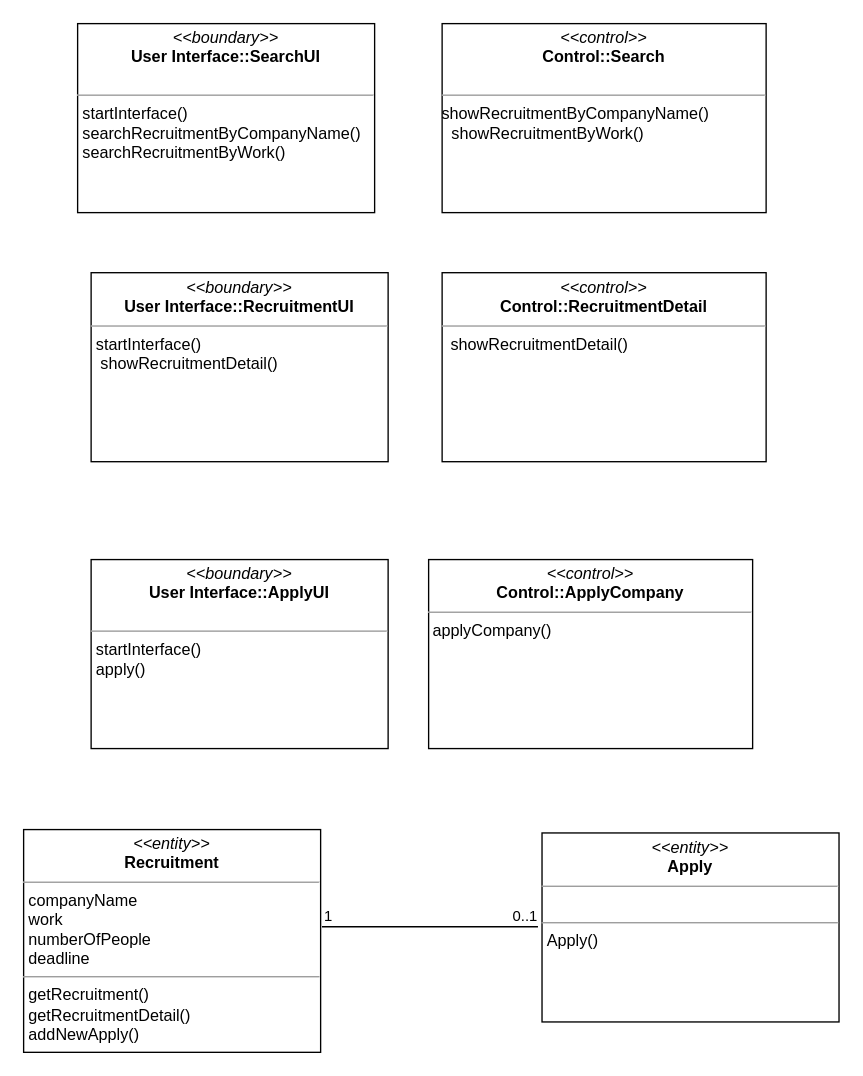
Above: analysis_class_diagram/analysis_class_diagram_김규철.drawio in hjee02018/RecruitSystem (draw.io), before the change. Source tidied: cells renumbered, new cells numbered last; positions are measured from the earlier drawing's top-left corner, leaving out a move shared by most shapes. Both pictures are drawn from the tidied source at 135%, with x=0, y=0 at pixel (23, 23).
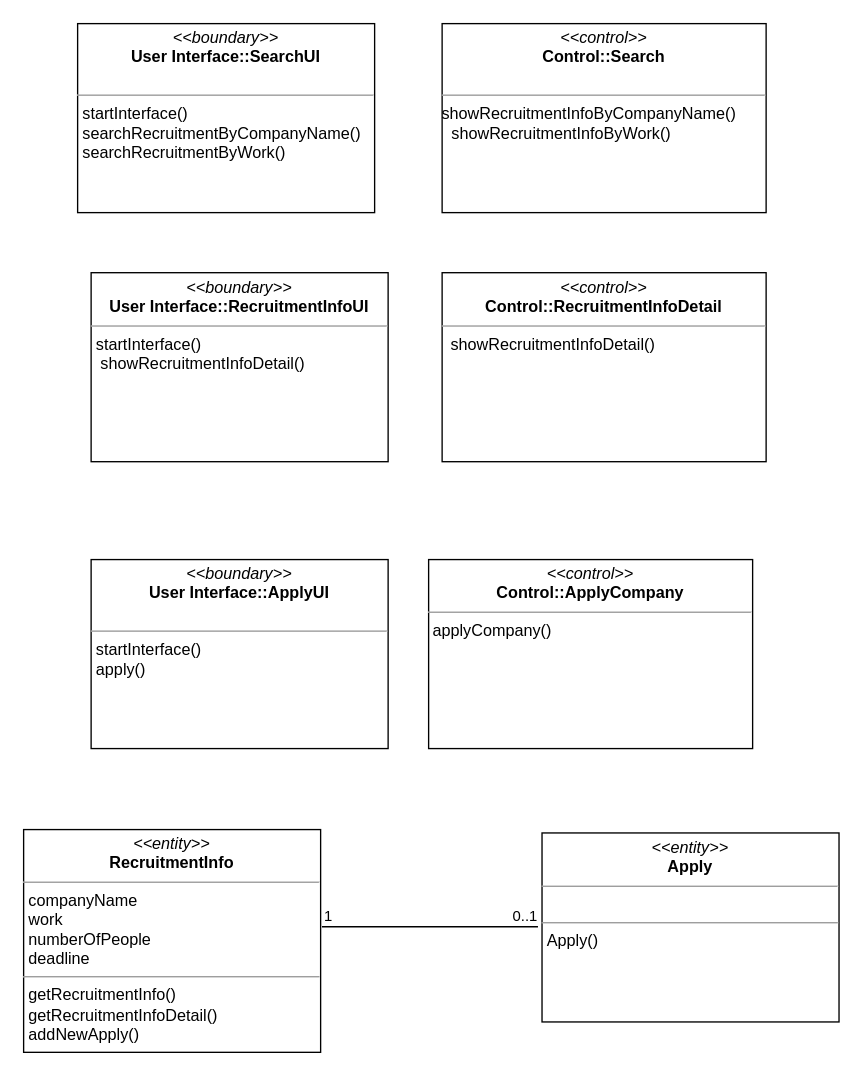
The same diagram, later.

Commit message:
analysis_class_diagram 수정

The edit, as a diff of the source:
```diff
@@
 <mxGraphModel>
   <root>
     <mxCell id="0" />
     <mxCell id="1" parent="0" />
     <mxCell id="2" value="&lt;p style=&quot;margin:0px;margin-top:4px;text-align:center;&quot;&gt;&lt;i&gt;&amp;lt;&amp;lt;boundary&amp;gt;&amp;gt;&lt;/i&gt;&lt;br&gt;&lt;b&gt;User Interface::SearchUI&lt;/b&gt;&lt;/p&gt;&lt;p style=&quot;margin:0px;margin-left:4px;&quot;&gt;&lt;br&gt;&lt;/p&gt;&lt;hr size=&quot;1&quot;&gt;&lt;p style=&quot;margin:0px;margin-left:4px;&quot;&gt;startInterface()&lt;br&gt;searchRecruitmentByCompanyName()&lt;br&gt;&lt;/p&gt;&lt;p style=&quot;margin:0px;margin-left:4px;&quot;&gt;searchRecruitmentByWork()&lt;br&gt;&lt;/p&gt;" style="verticalAlign=top;align=left;overflow=fill;fontSize=12;fontFamily=Helvetica;html=1;whiteSpace=wrap;" parent="1" vertex="1">
       <mxGeometry x="40" width="220" height="140" as="geometry" />
     </mxCell>
-    <mxCell id="3" value="&lt;p style=&quot;margin:0px;margin-top:4px;text-align:center;&quot;&gt;&lt;i&gt;&amp;lt;&amp;lt;control&amp;gt;&amp;gt;&lt;/i&gt;&lt;br&gt;&lt;b&gt;Control::Search&lt;/b&gt;&lt;/p&gt;&lt;p style=&quot;margin:0px;margin-left:4px;&quot;&gt;&lt;br&gt;&lt;/p&gt;&lt;hr size=&quot;1&quot;&gt;showRecruitmentByCompanyName&lt;span style=&quot;background-color: initial;&quot;&gt;()&lt;/span&gt;&lt;br&gt;&lt;p style=&quot;margin:0px;margin-left:4px;&quot;&gt;&amp;nbsp;showRecruitmentByWork()&lt;br&gt;&lt;/p&gt;" style="verticalAlign=top;align=left;overflow=fill;fontSize=12;fontFamily=Helvetica;html=1;whiteSpace=wrap;" parent="1" vertex="1">
+    <mxCell id="3" value="&lt;p style=&quot;margin:0px;margin-top:4px;text-align:center;&quot;&gt;&lt;i&gt;&amp;lt;&amp;lt;control&amp;gt;&amp;gt;&lt;/i&gt;&lt;br&gt;&lt;b&gt;Control::Search&lt;/b&gt;&lt;/p&gt;&lt;p style=&quot;margin:0px;margin-left:4px;&quot;&gt;&lt;br&gt;&lt;/p&gt;&lt;hr size=&quot;1&quot;&gt;showRecruitmentInfoByCompanyName&lt;span style=&quot;background-color: initial;&quot;&gt;()&lt;/span&gt;&lt;br&gt;&lt;p style=&quot;margin:0px;margin-left:4px;&quot;&gt;&amp;nbsp;showRecruitmentInfoByWork()&lt;br&gt;&lt;/p&gt;" style="verticalAlign=top;align=left;overflow=fill;fontSize=12;fontFamily=Helvetica;html=1;whiteSpace=wrap;" parent="1" vertex="1">
       <mxGeometry x="310" width="240" height="140" as="geometry" />
     </mxCell>
-    <mxCell id="4" value="&lt;p style=&quot;margin:0px;margin-top:4px;text-align:center;&quot;&gt;&lt;i&gt;&amp;lt;&amp;lt;boundary&amp;gt;&amp;gt;&lt;/i&gt;&lt;br&gt;&lt;b&gt;User Interface::RecruitmentUI&lt;/b&gt;&lt;/p&gt;&lt;hr size=&quot;1&quot;&gt;&lt;p style=&quot;margin:0px;margin-left:4px;&quot;&gt;startInterface()&lt;br&gt;&amp;nbsp;showRecruitmentDetail()&lt;br&gt;&lt;/p&gt;" style="verticalAlign=top;align=left;overflow=fill;fontSize=12;fontFamily=Helvetica;html=1;whiteSpace=wrap;" parent="1" vertex="1">
+    <mxCell id="4" value="&lt;p style=&quot;margin:0px;margin-top:4px;text-align:center;&quot;&gt;&lt;i&gt;&amp;lt;&amp;lt;boundary&amp;gt;&amp;gt;&lt;/i&gt;&lt;br&gt;&lt;b&gt;User Interface::RecruitmentInfoUI&lt;/b&gt;&lt;/p&gt;&lt;hr size=&quot;1&quot;&gt;&lt;p style=&quot;margin:0px;margin-left:4px;&quot;&gt;startInterface()&lt;br&gt;&amp;nbsp;showRecruitmentInfoDetail()&lt;br&gt;&lt;/p&gt;" style="verticalAlign=top;align=left;overflow=fill;fontSize=12;fontFamily=Helvetica;html=1;whiteSpace=wrap;" parent="1" vertex="1">
       <mxGeometry x="50" y="184.5" width="220" height="140" as="geometry" />
     </mxCell>
-    <mxCell id="5" value="&lt;p style=&quot;margin:0px;margin-top:4px;text-align:center;&quot;&gt;&lt;i&gt;&amp;lt;&amp;lt;control&amp;gt;&amp;gt;&lt;/i&gt;&lt;br&gt;&lt;b&gt;Control::RecruitmentDetail&lt;/b&gt;&lt;/p&gt;&lt;hr size=&quot;1&quot;&gt;&amp;nbsp; showRecruitmentDetail()" style="verticalAlign=top;align=left;overflow=fill;fontSize=12;fontFamily=Helvetica;html=1;whiteSpace=wrap;" parent="1" vertex="1">
+    <mxCell id="5" value="&lt;p style=&quot;margin:0px;margin-top:4px;text-align:center;&quot;&gt;&lt;i&gt;&amp;lt;&amp;lt;control&amp;gt;&amp;gt;&lt;/i&gt;&lt;br&gt;&lt;b&gt;Control::RecruitmentInfoDetail&lt;/b&gt;&lt;/p&gt;&lt;hr size=&quot;1&quot;&gt;&amp;nbsp; showRecruitmentInfoDetail()" style="verticalAlign=top;align=left;overflow=fill;fontSize=12;fontFamily=Helvetica;html=1;whiteSpace=wrap;" parent="1" vertex="1">
       <mxGeometry x="310" y="184.5" width="240" height="140" as="geometry" />
     </mxCell>
     <mxCell id="6" value="&lt;p style=&quot;margin:0px;margin-top:4px;text-align:center;&quot;&gt;&lt;i&gt;&amp;lt;&amp;lt;boundary&amp;gt;&amp;gt;&lt;/i&gt;&lt;br&gt;&lt;b&gt;User Interface::ApplyUI&lt;/b&gt;&lt;/p&gt;&lt;p style=&quot;margin:0px;margin-left:4px;&quot;&gt;&lt;br&gt;&lt;/p&gt;&lt;hr size=&quot;1&quot;&gt;&lt;p style=&quot;margin:0px;margin-left:4px;&quot;&gt;startInterface()&lt;br&gt;apply()&lt;br&gt;&lt;/p&gt;" style="verticalAlign=top;align=left;overflow=fill;fontSize=12;fontFamily=Helvetica;html=1;whiteSpace=wrap;" parent="1" vertex="1">
       <mxGeometry x="50" y="397" width="220" height="140" as="geometry" />
     </mxCell>
     <mxCell id="7" value="&lt;p style=&quot;margin:0px;margin-top:4px;text-align:center;&quot;&gt;&lt;i&gt;&amp;lt;&amp;lt;control&amp;gt;&amp;gt;&lt;/i&gt;&lt;br&gt;&lt;b&gt;Control::ApplyCompany&lt;/b&gt;&lt;/p&gt;&lt;hr size=&quot;1&quot;&gt;&amp;nbsp;applyCompany()" style="verticalAlign=top;align=left;overflow=fill;fontSize=12;fontFamily=Helvetica;html=1;whiteSpace=wrap;" parent="1" vertex="1">
       <mxGeometry x="300" y="397" width="240" height="140" as="geometry" />
     </mxCell>
-    <mxCell id="8" value="&lt;p style=&quot;margin:0px;margin-top:4px;text-align:center;&quot;&gt;&lt;i&gt;&amp;lt;&amp;lt;entity&amp;gt;&amp;gt;&lt;/i&gt;&lt;br&gt;&lt;b&gt;Recruitment&lt;/b&gt;&lt;/p&gt;&lt;hr style=&quot;border-color: var(--border-color);&quot; size=&quot;1&quot;&gt;&lt;p style=&quot;border-color: var(--border-color); margin: 0px 0px 0px 4px;&quot;&gt;companyName&lt;/p&gt;&lt;p style=&quot;border-color: var(--border-color); margin: 0px 0px 0px 4px;&quot;&gt;work&lt;/p&gt;&lt;p style=&quot;border-color: var(--border-color); margin: 0px 0px 0px 4px;&quot;&gt;numberOfPeople&lt;/p&gt;&lt;p style=&quot;border-color: var(--border-color); margin: 0px 0px 0px 4px;&quot;&gt;deadline&lt;/p&gt;&lt;hr size=&quot;1&quot;&gt;&lt;p style=&quot;margin:0px;margin-left:4px;&quot;&gt;getRecruitment()&lt;br&gt;&lt;/p&gt;&lt;p style=&quot;margin:0px;margin-left:4px;&quot;&gt;getRecruitmentDetail()&lt;br&gt;&lt;/p&gt;&lt;p style=&quot;margin:0px;margin-left:4px;&quot;&gt;addNewApply()&lt;/p&gt;" style="verticalAlign=top;align=left;overflow=fill;fontSize=12;fontFamily=Helvetica;html=1;whiteSpace=wrap;" parent="1" vertex="1">
+    <mxCell id="8" value="&lt;p style=&quot;margin:0px;margin-top:4px;text-align:center;&quot;&gt;&lt;i&gt;&amp;lt;&amp;lt;entity&amp;gt;&amp;gt;&lt;/i&gt;&lt;br&gt;&lt;b&gt;RecruitmentInfo&lt;/b&gt;&lt;/p&gt;&lt;hr style=&quot;border-color: var(--border-color);&quot; size=&quot;1&quot;&gt;&lt;p style=&quot;border-color: var(--border-color); margin: 0px 0px 0px 4px;&quot;&gt;companyName&lt;/p&gt;&lt;p style=&quot;border-color: var(--border-color); margin: 0px 0px 0px 4px;&quot;&gt;work&lt;/p&gt;&lt;p style=&quot;border-color: var(--border-color); margin: 0px 0px 0px 4px;&quot;&gt;numberOfPeople&lt;/p&gt;&lt;p style=&quot;border-color: var(--border-color); margin: 0px 0px 0px 4px;&quot;&gt;deadline&lt;/p&gt;&lt;hr size=&quot;1&quot;&gt;&lt;p style=&quot;margin:0px;margin-left:4px;&quot;&gt;getRecruitmentInfo()&lt;br&gt;&lt;/p&gt;&lt;p style=&quot;margin:0px;margin-left:4px;&quot;&gt;getRecruitmentInfoDetail()&lt;br&gt;&lt;/p&gt;&lt;p style=&quot;margin:0px;margin-left:4px;&quot;&gt;addNewApply()&lt;/p&gt;" style="verticalAlign=top;align=left;overflow=fill;fontSize=12;fontFamily=Helvetica;html=1;whiteSpace=wrap;" parent="1" vertex="1">
       <mxGeometry y="597" width="220" height="165" as="geometry" />
     </mxCell>
     <mxCell id="9" value="&lt;p style=&quot;margin:0px;margin-top:4px;text-align:center;&quot;&gt;&lt;i&gt;&amp;lt;&amp;lt;entity&amp;gt;&amp;gt;&lt;/i&gt;&lt;br&gt;&lt;b&gt;Apply&lt;/b&gt;&lt;/p&gt;&lt;hr style=&quot;border-color: var(--border-color);&quot; size=&quot;1&quot;&gt;&lt;p style=&quot;border-color: var(--border-color); margin: 0px 0px 0px 4px;&quot;&gt;&lt;br&gt;&lt;/p&gt;&lt;hr size=&quot;1&quot;&gt;&lt;p style=&quot;margin:0px;margin-left:4px;&quot;&gt;Apply()&lt;br&gt;&lt;/p&gt;" style="verticalAlign=top;align=left;overflow=fill;fontSize=12;fontFamily=Helvetica;html=1;whiteSpace=wrap;" parent="1" vertex="1">
       <mxGeometry x="384" y="599.5" width="220" height="140" as="geometry" />
     </mxCell>
     <mxCell id="10" style="endArrow=none;html=1;edgeStyle=orthogonalEdgeStyle;rounded=0;" parent="1" edge="1">
       <mxGeometry relative="1" as="geometry">
         <mxPoint x="221" y="669" as="sourcePoint" />
         <mxPoint x="381" y="669" as="targetPoint" />
       </mxGeometry>
     </mxCell>
     <mxCell id="11" value="1" style="edgeLabel;html=1;align=left;verticalAlign=bottom;" parent="10" vertex="1">
       <mxGeometry x="-1" relative="1" as="geometry" />
     </mxCell>
     <mxCell id="12" value="0..1" style="edgeLabel;html=1;align=right;verticalAlign=bottom;" parent="10" vertex="1">
       <mxGeometry x="1" relative="1" as="geometry" />
     </mxCell>
   </root>
 </mxGraphModel>
```
